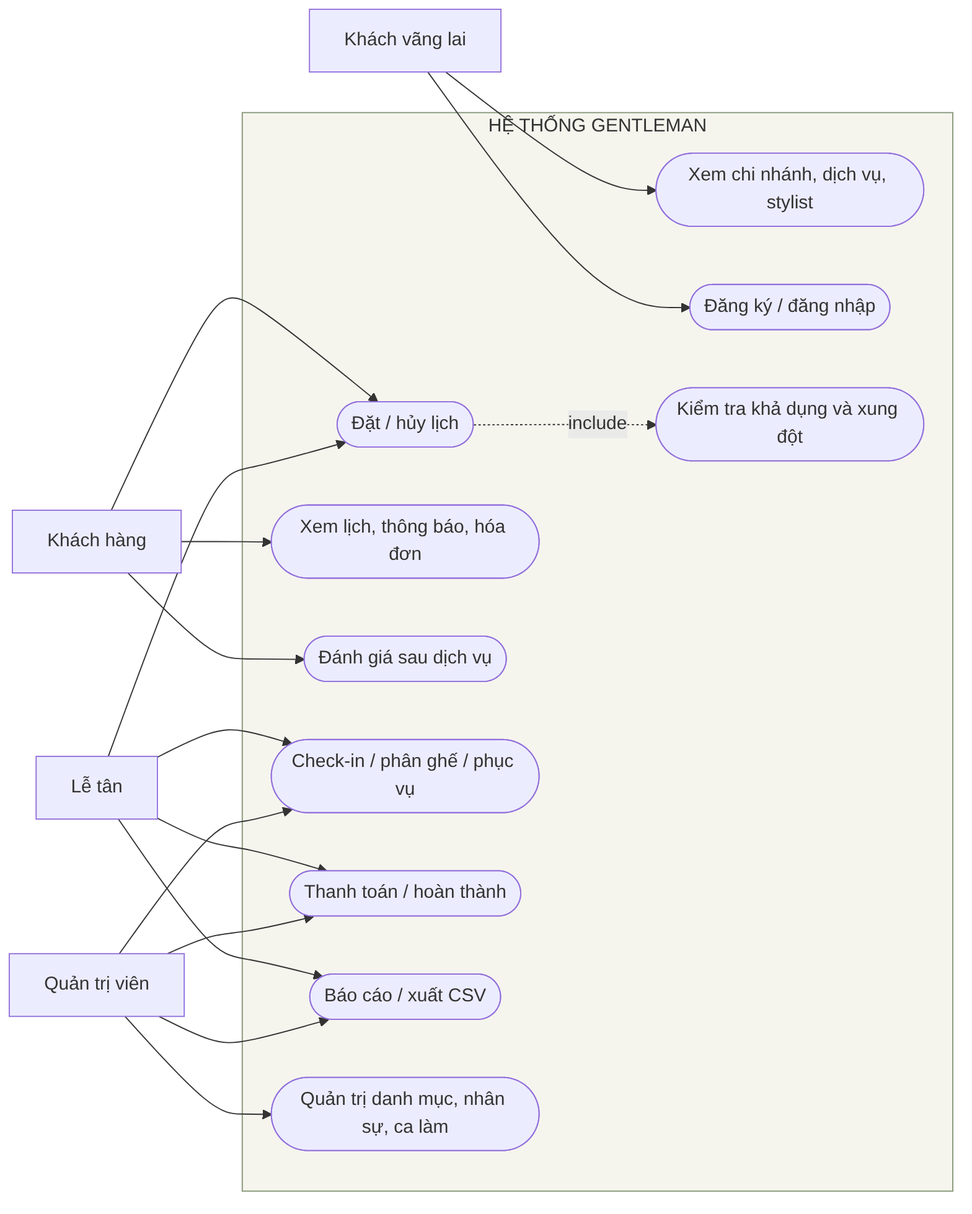
This is docs/diagrams/01-use-case.png from tunato2807-del/ptpmhdtuong, a Mermaid export, as it was before one commit. Its source is kept beside it as docs/diagrams/01-use-case.mmd.
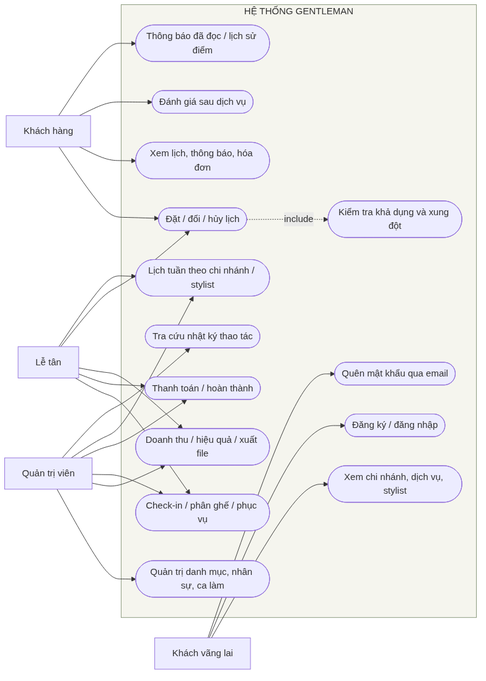
After the change.

The edit, as a diff of the source:
```diff
@@ -6,18 +6,22 @@
     subgraph system["HỆ THỐNG GENTLEMAN"]
       browse(["Xem chi nhánh, dịch vụ, stylist"])
       account(["Đăng ký / đăng nhập"])
-      booking(["Đặt / hủy lịch"])
+      booking(["Đặt / đổi / hủy lịch"])
       available(["Kiểm tra khả dụng và xung đột"])
       history(["Xem lịch, thông báo, hóa đơn"])
       review(["Đánh giá sau dịch vụ"])
       checkin(["Check-in / phân ghế / phục vụ"])
       payment(["Thanh toán / hoàn thành"])
-      reports(["Báo cáo / xuất CSV"])
+      reports(["Doanh thu / hiệu quả / xuất file"])
+      recovery(["Quên mật khẩu qua email"])
+      notification(["Thông báo đã đọc / lịch sử điểm"])
+      weekly(["Lịch tuần theo chi nhánh / stylist"])
+      audit(["Tra cứu nhật ký thao tác"])
       catalog(["Quản trị danh mục, nhân sự, ca làm"])
     end
-    guest --> browse & account
-    customer --> booking & history & review
+    guest --> browse & account & recovery
+    customer --> booking & history & review & notification
     booking -.->|"include"| available
-    reception --> checkin & payment & reports & booking
-    manager --> catalog & reports & checkin & payment
+    reception --> checkin & payment & reports & booking & weekly
+    manager --> catalog & reports & checkin & payment & weekly & audit
     style system fill:#f5f5ee,stroke:#87977a
```
